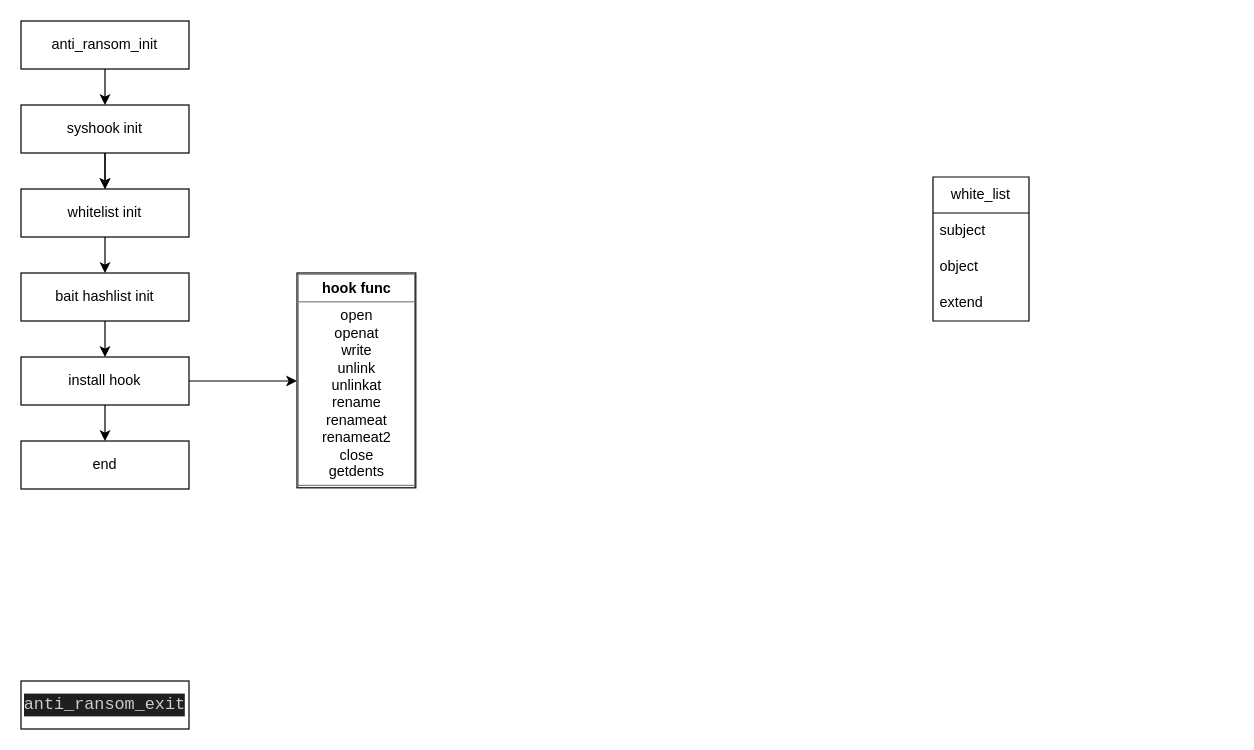
This is ransomware/anti_ransom.drawio from DeviceObject/CRecord, a draw.io file, before an edit. Source tidied: cells renumbered, new cells numbered last; positions are measured from the earlier drawing's top-left corner, leaving out a move shared by most shapes. Both pictures are drawn from the tidied source at 120%, with x=0, y=0 at pixel (20, 20).
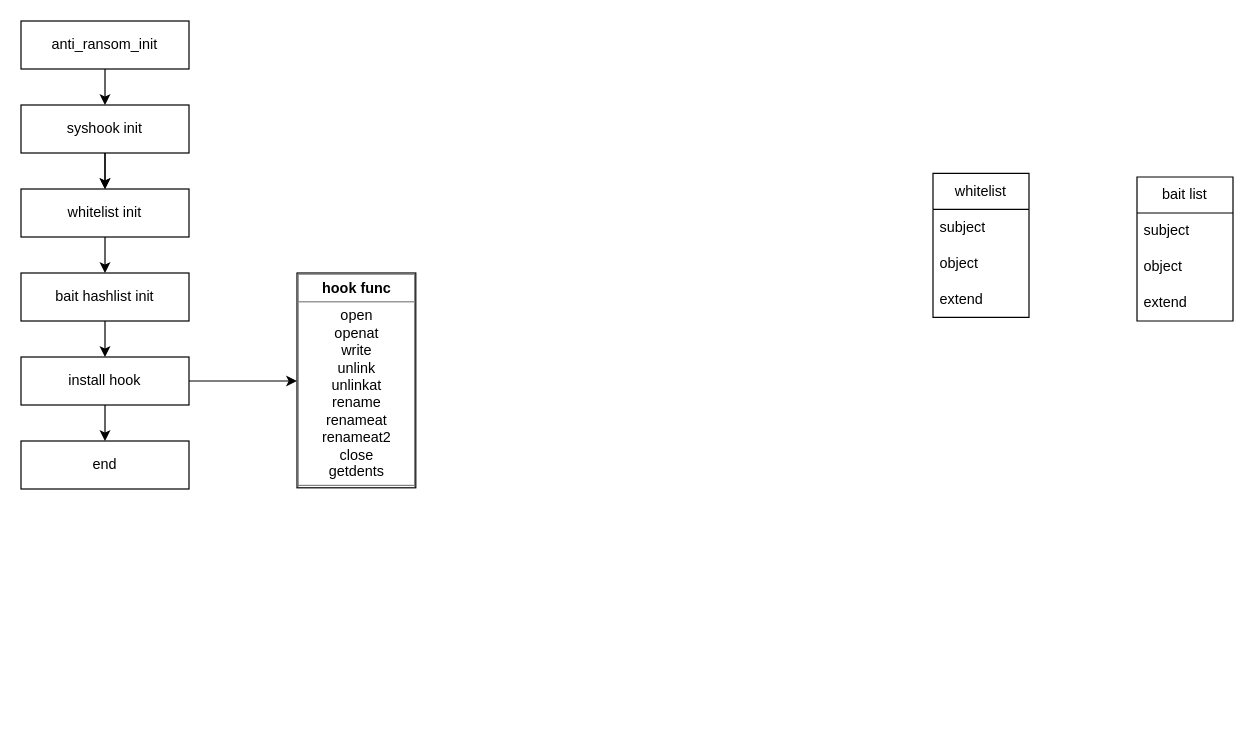
Above is the later version.

Change to the diagram source:
```diff
@@
-    <mxCell id="2" value="white_list" style="swimlane;fontStyle=0;horizontal=1;startSize=30;whiteSpace=wrap;html=1;" parent="1" vertex="1">
-      <mxGeometry x="760" y="130" width="80" height="120" as="geometry" />
+    <mxCell id="2" value="whitelist" style="swimlane;fontStyle=0;horizontal=1;startSize=30;whiteSpace=wrap;html=1;" parent="1" vertex="1">
+      <mxGeometry x="760" y="127" width="80" height="120" as="geometry" />
     </mxCell>
@@
-    <mxCell id="8" value="&lt;div style=&quot;color: rgb(204, 204, 204); background-color: rgb(31, 31, 31); font-family: Consolas, &amp;quot;Courier New&amp;quot;, monospace; font-size: 14px; line-height: 19px;&quot;&gt;&lt;div style=&quot;line-height: 19px;&quot;&gt;anti_ransom_exit&lt;/div&gt;&lt;/div&gt;" style="rounded=0;whiteSpace=wrap;html=1;" parent="1" vertex="1">
-      <mxGeometry y="550" width="140" height="40" as="geometry" />
-    </mxCell>
@@
+    <mxCell id="21" value="bait list" style="swimlane;fontStyle=0;horizontal=1;startSize=30;whiteSpace=wrap;html=1;" parent="1" vertex="1">
+      <mxGeometry x="930" y="130" width="80" height="120" as="geometry" />
+    </mxCell>
+    <mxCell id="22" value="subject" style="text;strokeColor=none;fillColor=none;align=left;verticalAlign=middle;spacingLeft=4;spacingRight=4;overflow=hidden;whiteSpace=wrap;html=1;" parent="21" vertex="1">
+      <mxGeometry y="30" width="80" height="30" as="geometry" />
+    </mxCell>
+    <mxCell id="23" value="object" style="text;strokeColor=none;fillColor=none;align=left;verticalAlign=middle;spacingLeft=4;spacingRight=4;overflow=hidden;whiteSpace=wrap;html=1;" parent="21" vertex="1">
+      <mxGeometry y="60" width="80" height="30" as="geometry" />
+    </mxCell>
+    <mxCell id="24" value="extend" style="text;strokeColor=none;fillColor=none;align=left;verticalAlign=middle;spacingLeft=4;spacingRight=4;overflow=hidden;whiteSpace=wrap;html=1;" parent="21" vertex="1">
+      <mxGeometry y="90" width="80" height="30" as="geometry" />
+    </mxCell>
```
